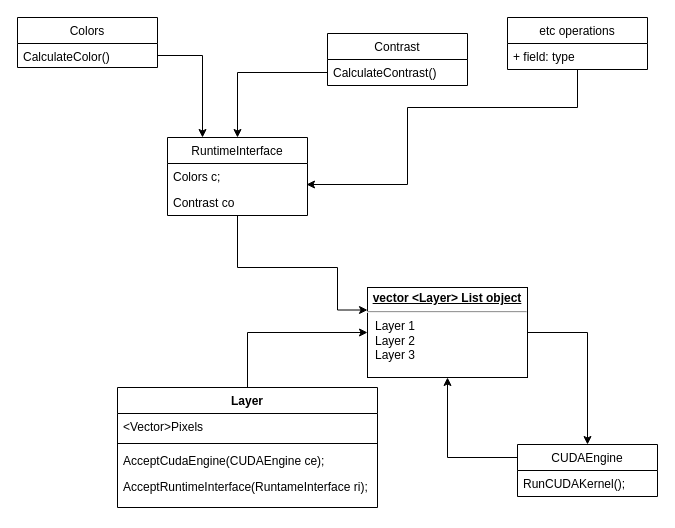
The draw.io diagram LayerClassStructure.drawio in ATSP5/PhotoFlashEditor, before the edit. Source tidied: cells renumbered, new cells numbered last; positions are measured from the earlier drawing's top-left corner, leaving out a move shared by most shapes. Both pictures are drawn from the tidied source at 100%, with x=0, y=0 at pixel (17, 17).
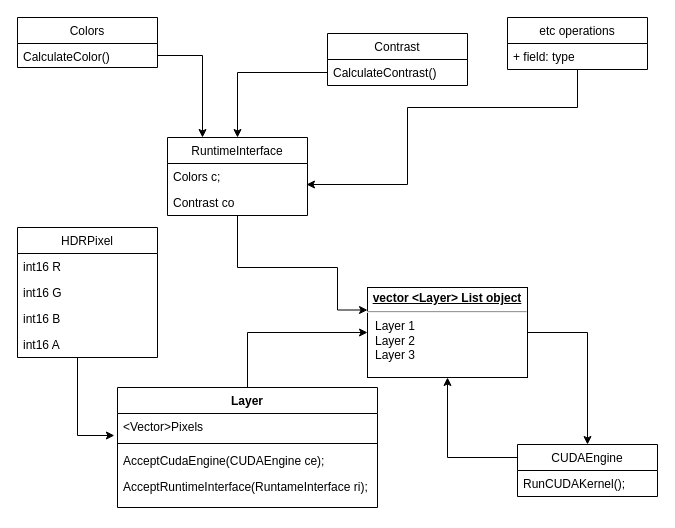
After the change.

The change refers to these unchanged cells:
```xml
<mxCell id="4" value="&lt;Vector&gt;Pixels" style="text;strokeColor=none;fillColor=none;align=left;verticalAlign=top;spacingLeft=4;spacingRight=4;overflow=hidden;points=[[0,0.5],[1,0.5]];portConstraint=eastwest;" parent="3" vertex="1">
  <mxGeometry y="26" width="260" height="26" as="geometry" />
</mxCell>
```

Change to the diagram source:
```diff
@@
+    <mxCell id="26" value="HDRPixel" style="swimlane;fontStyle=0;horizontal=1;startSize=26;fillColor=none;" parent="1" vertex="1">
+      <mxGeometry y="210" width="140" height="130" as="geometry" />
+    </mxCell>
+    <mxCell id="27" value="int16 R" style="text;strokeColor=none;fillColor=none;align=left;verticalAlign=top;spacingLeft=4;spacingRight=4;overflow=hidden;" parent="26" vertex="1">
+      <mxGeometry y="26" width="140" height="26" as="geometry" />
+    </mxCell>
+    <mxCell id="28" value="int16 G" style="text;strokeColor=none;fillColor=none;align=left;verticalAlign=top;spacingLeft=4;spacingRight=4;overflow=hidden;" parent="26" vertex="1">
+      <mxGeometry y="52" width="140" height="26" as="geometry" />
+    </mxCell>
+    <mxCell id="29" value="int16 B&#10;" style="text;strokeColor=none;fillColor=none;align=left;verticalAlign=top;spacingLeft=4;spacingRight=4;overflow=hidden;" parent="26" vertex="1">
+      <mxGeometry y="78" width="140" height="26" as="geometry" />
+    </mxCell>
+    <mxCell id="30" value="int16 A" style="text;strokeColor=none;fillColor=none;align=left;verticalAlign=top;spacingLeft=4;spacingRight=4;overflow=hidden;" parent="26" vertex="1">
+      <mxGeometry y="104" width="140" height="26" as="geometry" />
+    </mxCell>
+    <mxCell id="31" style="edgeStyle=orthogonalEdgeStyle;rounded=0;jettySize=auto;html=1;entryX=-0.012;entryY=0.846;entryDx=0;entryDy=0;entryPerimeter=0;" parent="1" edge="1" target="4">
+      <mxGeometry relative="1" as="geometry">
+        <mxPoint x="60" y="340" as="sourcePoint" />
+        <Array as="points">
+          <mxPoint x="60" y="418" />
+        </Array>
+      </mxGeometry>
+    </mxCell>
```
